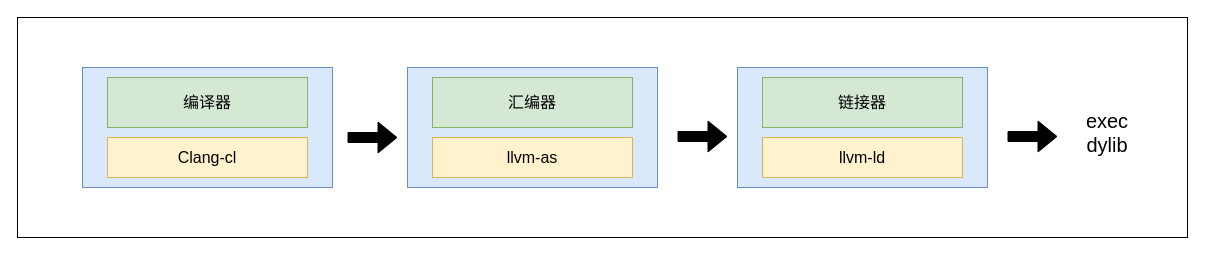
This is 编译流程.drawio from star-j/Flowchart, a draw.io file, before an edit. Source tidied: cells renumbered, new cells numbered last; positions are measured from the earlier drawing's top-left corner, leaving out a move shared by most shapes. Both pictures are drawn from the tidied source at 100%, with x=0, y=0 at pixel (17, 17).
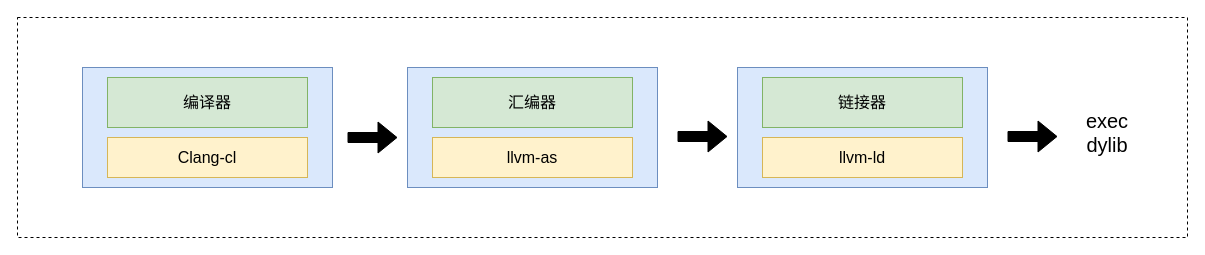
The same page after the edit.

What changed in the source:
```diff
@@
 <mxGraphModel>
   <root>
     <mxCell id="0" />
     <mxCell id="1" parent="0" />
-    <mxCell id="2" style="rounded=0;whiteSpace=wrap;html=1;fontSize=20;" parent="1" vertex="1">
+    <mxCell id="2" style="rounded=0;whiteSpace=wrap;html=1;fontSize=20;dashed=1;" parent="1" vertex="1">
       <mxGeometry width="1170" height="220" as="geometry" />
     </mxCell>
     <mxCell id="3" style="rounded=0;whiteSpace=wrap;html=1;fontSize=16;fillColor=#dae8fc;strokeColor=#6c8ebf;" parent="1" vertex="1">
       <mxGeometry x="65" y="50" width="250" height="120" as="geometry" />
     </mxCell>
     <mxCell id="4" value="编译器" style="rounded=0;whiteSpace=wrap;html=1;fontSize=16;fillColor=#d5e8d4;strokeColor=#82b366;" parent="1" vertex="1">
       <mxGeometry x="90" y="60" width="200" height="50" as="geometry" />
     </mxCell>
     <mxCell id="5" value="Clang-cl" style="rounded=0;whiteSpace=wrap;html=1;fontSize=16;fillColor=#fff2cc;strokeColor=#d6b656;" parent="1" vertex="1">
       <mxGeometry x="90" y="120" width="200" height="40" as="geometry" />
     </mxCell>
     <mxCell id="6" style="rounded=0;whiteSpace=wrap;html=1;fontSize=16;fillColor=#dae8fc;strokeColor=#6c8ebf;" parent="1" vertex="1">
       <mxGeometry x="390" y="50" width="250" height="120" as="geometry" />
     </mxCell>
     <mxCell id="7" value="汇编器" style="rounded=0;whiteSpace=wrap;html=1;fontSize=16;fillColor=#d5e8d4;strokeColor=#82b366;" parent="1" vertex="1">
       <mxGeometry x="415" y="60" width="200" height="50" as="geometry" />
     </mxCell>
     <mxCell id="8" value="llvm-as" style="rounded=0;whiteSpace=wrap;html=1;fontSize=16;fillColor=#fff2cc;strokeColor=#d6b656;" parent="1" vertex="1">
       <mxGeometry x="415" y="120" width="200" height="40" as="geometry" />
     </mxCell>
     <mxCell id="9" style="rounded=0;whiteSpace=wrap;html=1;fontSize=16;fillColor=#dae8fc;strokeColor=#6c8ebf;" parent="1" vertex="1">
       <mxGeometry x="720" y="50" width="250" height="120" as="geometry" />
     </mxCell>
     <mxCell id="10" value="链接器" style="rounded=0;whiteSpace=wrap;html=1;fontSize=16;fillColor=#d5e8d4;strokeColor=#82b366;" parent="1" vertex="1">
       <mxGeometry x="745" y="60" width="200" height="50" as="geometry" />
     </mxCell>
     <mxCell id="11" value="llvm-ld" style="rounded=0;whiteSpace=wrap;html=1;fontSize=16;fillColor=#fff2cc;strokeColor=#d6b656;" parent="1" vertex="1">
       <mxGeometry x="745" y="120" width="200" height="40" as="geometry" />
     </mxCell>
     <mxCell id="12" style="shape=flexArrow;endArrow=classic;html=1;fontSize=16;fillColor=#000000;" parent="1" edge="1">
       <mxGeometry relative="1" as="geometry">
         <mxPoint x="330" y="120" as="sourcePoint" />
         <mxPoint x="380" y="120" as="targetPoint" />
       </mxGeometry>
     </mxCell>
     <mxCell id="13" style="shape=flexArrow;endArrow=classic;html=1;fontSize=16;fillColor=#000000;" parent="1" edge="1">
       <mxGeometry relative="1" as="geometry">
         <mxPoint x="660" y="119" as="sourcePoint" />
         <mxPoint x="710" y="119" as="targetPoint" />
       </mxGeometry>
     </mxCell>
     <mxCell id="14" style="shape=flexArrow;endArrow=classic;html=1;fontSize=16;fillColor=#000000;" parent="1" edge="1">
       <mxGeometry relative="1" as="geometry">
         <mxPoint x="990" y="119" as="sourcePoint" />
         <mxPoint x="1040" y="119" as="targetPoint" />
       </mxGeometry>
     </mxCell>
     <mxCell id="15" value="exec&lt;br style=&quot;font-size: 20px;&quot;&gt;dylib" style="text;html=1;strokeColor=none;fillColor=none;align=center;verticalAlign=middle;whiteSpace=wrap;rounded=0;fontSize=20;" parent="1" vertex="1">
       <mxGeometry x="1050" y="80" width="80" height="70" as="geometry" />
     </mxCell>
   </root>
 </mxGraphModel>
```
